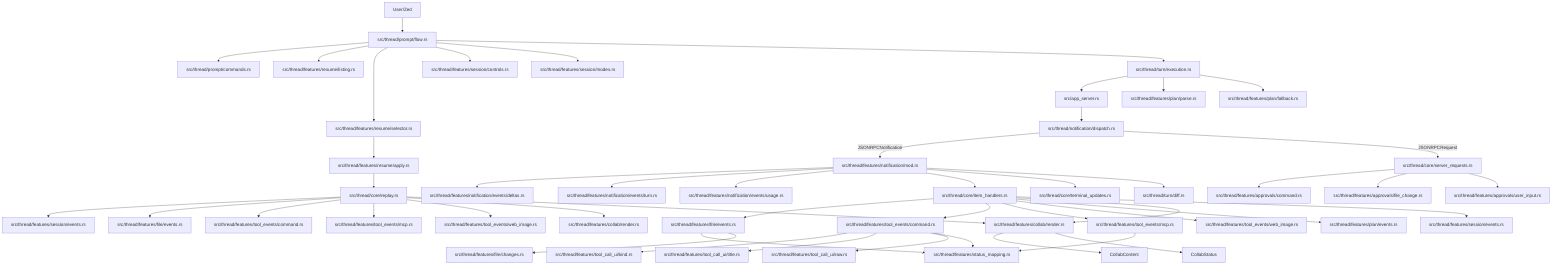
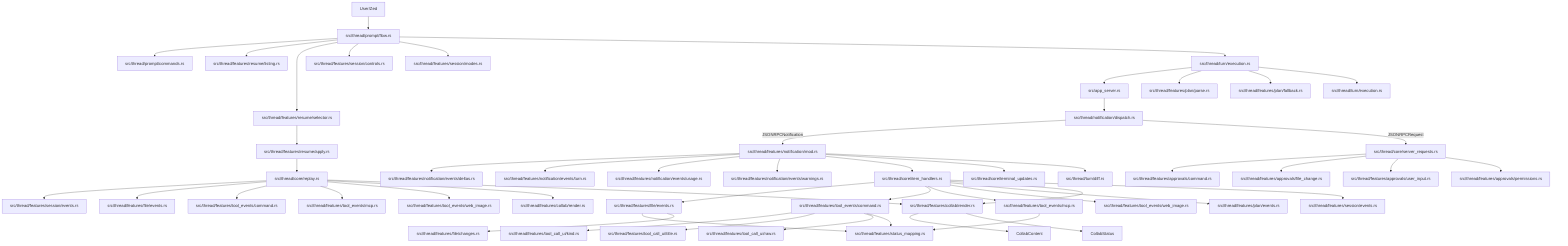
%% Generated by script/export_thread_feature_map.py
flowchart TD
    AppServer[src/app_server.rs]
    ApprovalsCommand[src/thread/features/approvals/command.rs]
    ApprovalsFile[src/thread/features/approvals/file_change.rs]
+     ApprovalsPermissions[src/thread/features/approvals/permissions.rs]
    ApprovalsUserInput[src/thread/features/approvals/user_input.rs]
    CollabContent[CollabContent]
    CollabRender[src/thread/features/collab/render.rs]
    CollabReplay[src/thread/features/collab/render.rs]
    CollabStatus[CollabStatus]
    CommandReplay[src/thread/features/tool_events/command.rs]
    FileChanges[src/thread/features/file/changes.rs]
    FileEvents[src/thread/features/file/events.rs]
    FileReplay[src/thread/features/file/events.rs]
    ItemHandlers[src/thread/core/item_handlers.rs]
    McpReplay[src/thread/features/tool_events/mcp.rs]
    NotificationDeltas[src/thread/features/notification/events/deltas.rs]
    NotificationDispatch[src/thread/notification/dispatch.rs]
    NotificationFeature[src/thread/features/notification/mod.rs]
    NotificationTurn[src/thread/features/notification/events/turn.rs]
    NotificationUsage[src/thread/features/notification/events/usage.rs]
+     NotificationWarnings[src/thread/features/notification/events/warnings.rs]
    PlanEvents[src/thread/features/plan/events.rs]
    PlanFallback[src/thread/features/plan/fallback.rs]
    PlanParse[src/thread/features/plan/parse.rs]
    PromptCommands[src/thread/prompt/commands.rs]
    PromptFlow[src/thread/prompt/flow.rs]
+     ReconnectGuard[src/thread/turn/execution.rs]
    Replay[src/thread/core/replay.rs]
    ResumeApply[src/thread/features/resume/apply.rs]
    ResumeListing[src/thread/features/resume/listing.rs]
    ResumeSelector[src/thread/features/resume/selector.rs]
    ServerRequests[src/thread/core/server_requests.rs]
    SessionControls[src/thread/features/session/controls.rs]
    SessionEvents[src/thread/features/session/events.rs]
    SessionModes[src/thread/features/session/modes.rs]
    SessionReplay[src/thread/features/session/events.rs]
    StatusMapping[src/thread/features/status_mapping.rs]
    TerminalUpdates[src/thread/core/terminal_updates.rs]
    ToolEventsCommand[src/thread/features/tool_events/command.rs]
    ToolEventsMcp[src/thread/features/tool_events/mcp.rs]
    ToolEventsWebImage[src/thread/features/tool_events/web_image.rs]
    ToolUiKind[src/thread/features/tool_call_ui/kind.rs]
    ToolUiRaw[src/thread/features/tool_call_ui/raw.rs]
    ToolUiTitle[src/thread/features/tool_call_ui/title.rs]
    TurnDiff[src/thread/turn/diff.rs]
    TurnExecution[src/thread/turn/execution.rs]
    UserClient[User/Zed]
    WebImageReplay[src/thread/features/tool_events/web_image.rs]

    UserClient --> PromptFlow
    PromptFlow --> PromptCommands
    PromptFlow --> ResumeListing
    PromptFlow --> ResumeSelector
    PromptFlow --> SessionControls
    PromptFlow --> SessionModes
    PromptFlow --> TurnExecution
    TurnExecution --> AppServer
    AppServer --> NotificationDispatch
    NotificationDispatch -->|JSONRPCNotification| NotificationFeature
    NotificationDispatch -->|JSONRPCRequest| ServerRequests
    ServerRequests --> ApprovalsCommand
    ServerRequests --> ApprovalsFile
    ServerRequests --> ApprovalsUserInput
+     ServerRequests --> ApprovalsPermissions
    NotificationFeature --> NotificationDeltas
    NotificationFeature --> NotificationTurn
    NotificationFeature --> NotificationUsage
+     NotificationFeature --> NotificationWarnings
    NotificationFeature --> ItemHandlers
    NotificationFeature --> TerminalUpdates
    NotificationFeature --> TurnDiff
    ItemHandlers --> FileEvents
    ItemHandlers --> ToolEventsCommand
    ItemHandlers --> ToolEventsMcp
    ItemHandlers --> ToolEventsWebImage
    ItemHandlers --> PlanEvents
    ItemHandlers --> CollabRender
    ItemHandlers --> SessionEvents
    ToolEventsCommand --> ToolUiKind
    ToolEventsCommand --> ToolUiTitle
    ToolEventsCommand --> ToolUiRaw
    ToolEventsCommand --> StatusMapping
    ToolEventsMcp --> StatusMapping
    FileEvents --> StatusMapping
    FileEvents --> FileChanges
    TurnExecution --> PlanParse
    TurnExecution --> PlanFallback
+     TurnExecution --> ReconnectGuard
    ResumeSelector --> ResumeApply
    ResumeApply --> Replay
    Replay --> SessionReplay
    Replay --> FileReplay
    Replay --> CommandReplay
    Replay --> McpReplay
    Replay --> WebImageReplay
    Replay --> CollabReplay
    Replay --> CollabRender
    CollabRender --> CollabContent
    CollabRender --> CollabStatus
